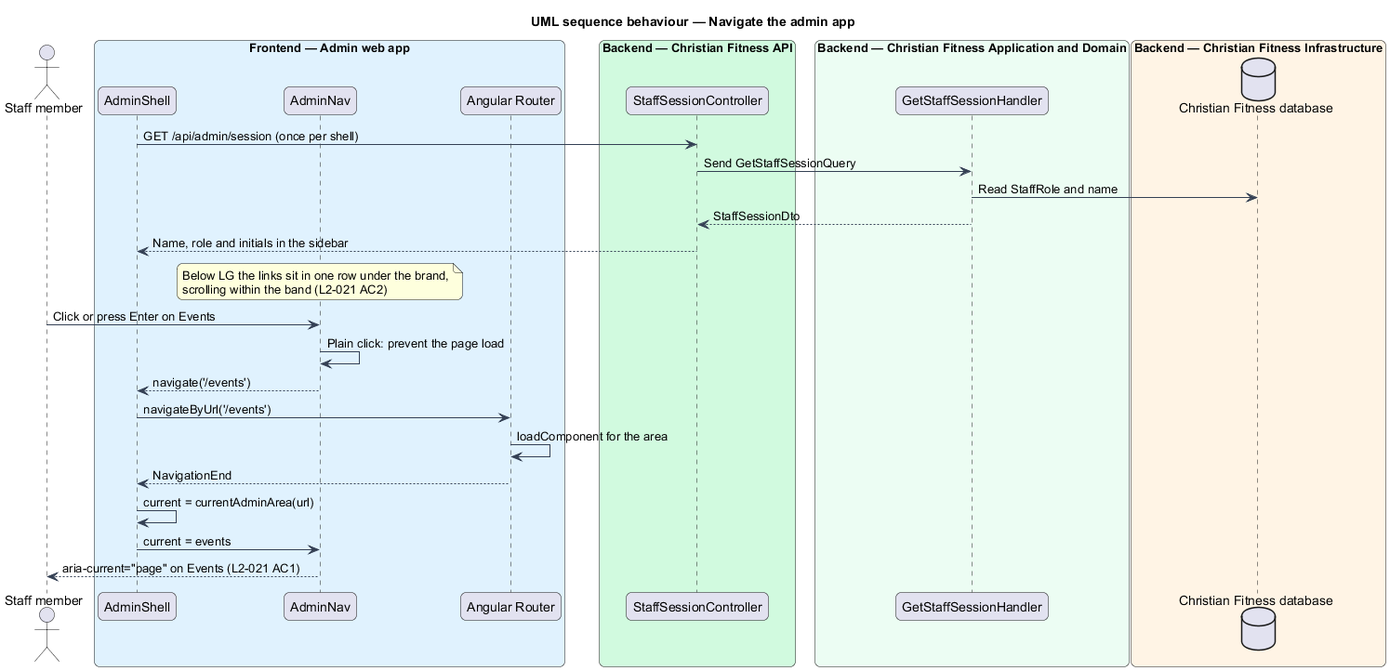
This is docs/detailed-designs/admin-access/navigate-admin-app/diagrams/sequence-navigate.png from QuinntyneBrown/christian-fitness, a PlantUML export, as it was before one commit.
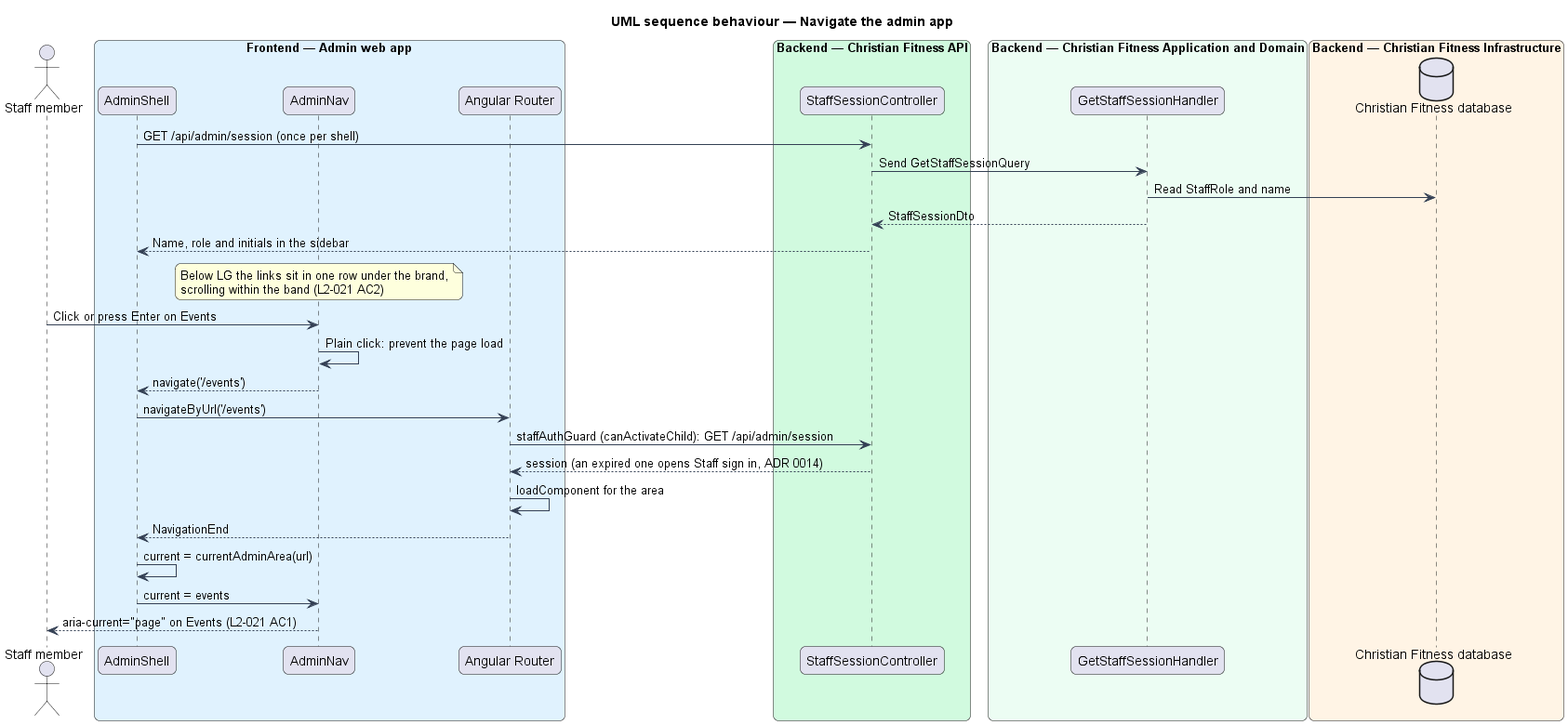
The same file after the commit.

Change to the diagram source:
```diff
@@ -39,6 +39,8 @@
 nav -> nav : Plain click: prevent the page load
 nav --> shell : navigate('/events')
 shell -> router : navigateByUrl('/events')
+router -> ctrl : staffAuthGuard (canActivateChild): GET /api/admin/session
+ctrl --> router : session (an expired one opens Staff sign in, ADR 0014)
 router -> router : loadComponent for the area
 router --> shell : NavigationEnd
 shell -> shell : current = currentAdminArea(url)
```
